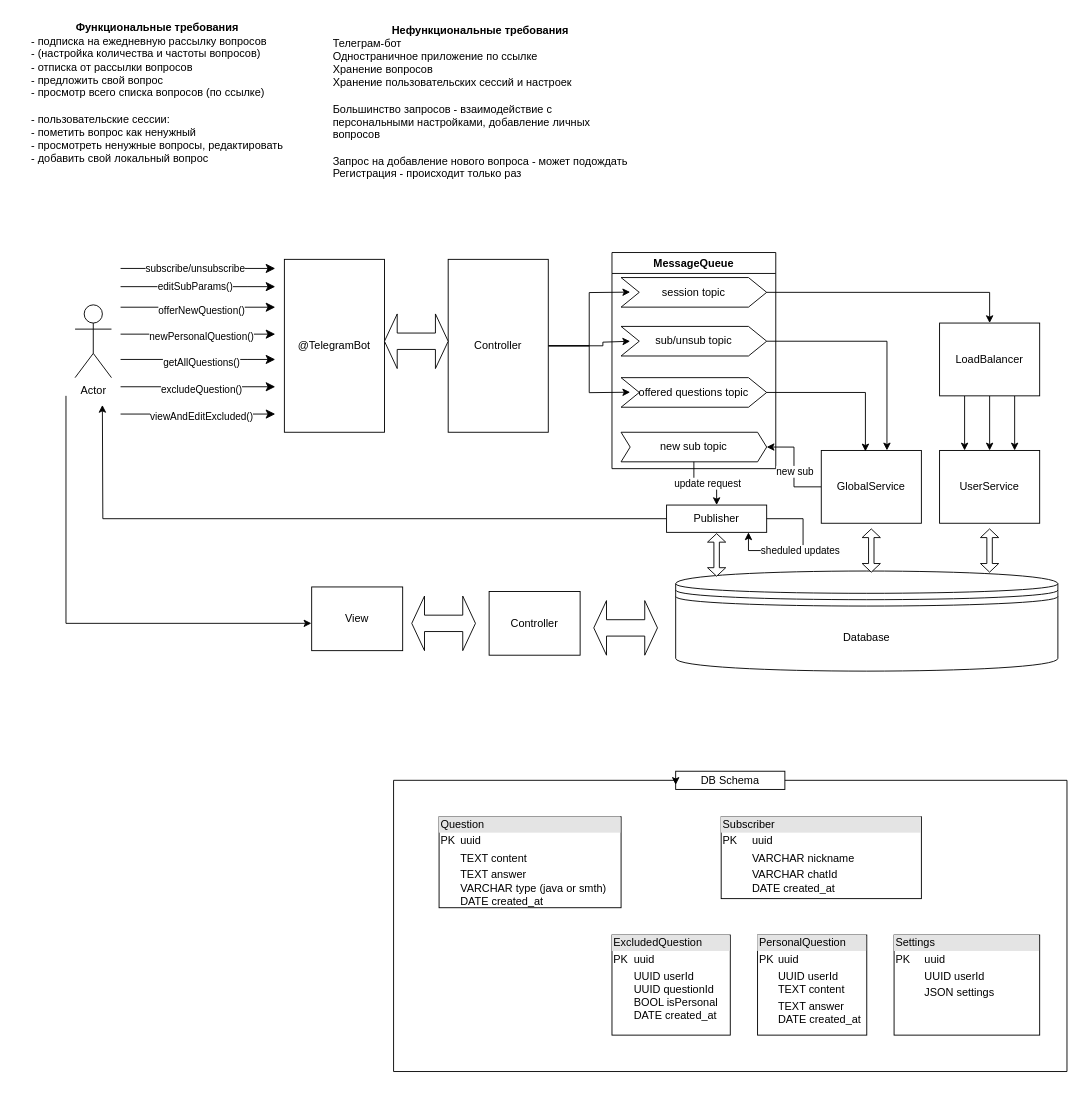
The draw.io diagram SobesCracker.drawio in maksarts/test-project-files, before the edit. Source tidied: cells renumbered, new cells numbered last; positions are measured from the earlier drawing's top-left corner, leaving out a move shared by most shapes. Both pictures are drawn from the tidied source at 91%, with x=0, y=0 at pixel (20, 15).
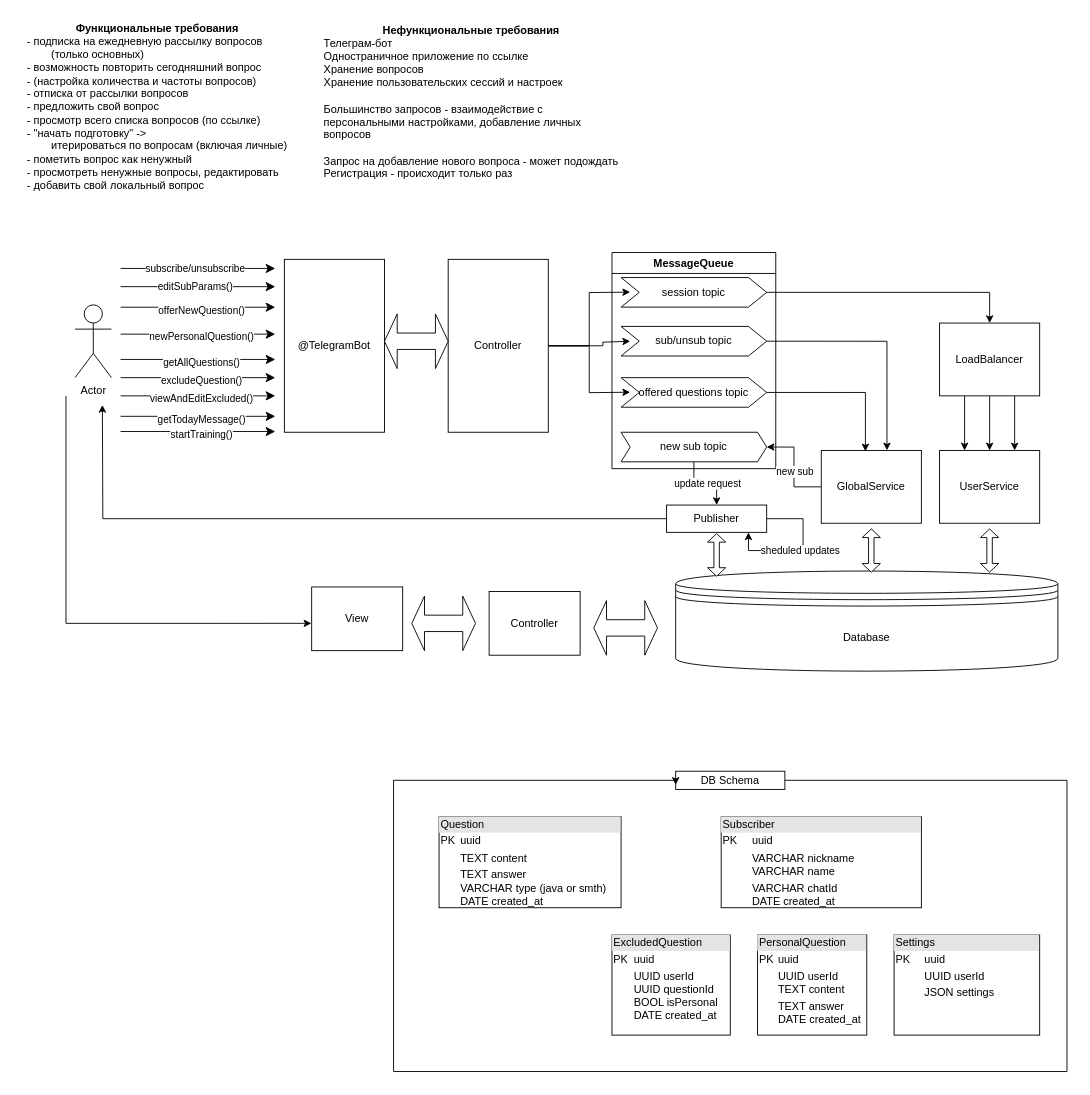
After the change.

The edit, as a diff of the source:
```diff
@@
-    <mxCell id="3" value="&lt;b&gt;Функциональные требования&lt;/b&gt;&lt;div style=&quot;text-align: left;&quot;&gt;- подписка на ежедневную рассылку вопросов&lt;/div&gt;&lt;div style=&quot;text-align: left;&quot;&gt;- (настройка количества и частоты вопросов)&lt;/div&gt;&lt;div style=&quot;text-align: left;&quot;&gt;- отписка от рассылки вопросов&lt;/div&gt;&lt;div style=&quot;text-align: left;&quot;&gt;- предложить свой вопрос&lt;/div&gt;&lt;div style=&quot;text-align: left;&quot;&gt;- просмотр всего списка вопросов (по ссылке)&lt;/div&gt;&lt;div style=&quot;text-align: left;&quot;&gt;&lt;br&gt;&lt;/div&gt;&lt;div style=&quot;text-align: left;&quot;&gt;- пользовательские сессии:&lt;/div&gt;&lt;div style=&quot;text-align: left;&quot;&gt;- пометить вопрос как ненужный&lt;/div&gt;&lt;div style=&quot;text-align: left;&quot;&gt;- просмотреть ненужные вопросы, редактировать&lt;/div&gt;&lt;div style=&quot;text-align: left;&quot;&gt;- добавить свой локальный вопрос&lt;/div&gt;" style="text;html=1;align=center;verticalAlign=middle;strokeColor=none;fillColor=none;" parent="1" vertex="1">
-      <mxGeometry width="300" height="170" as="geometry" />
+    <mxCell id="3" value="&lt;b&gt;Функциональные требования&lt;/b&gt;&lt;div style=&quot;text-align: left;&quot;&gt;- подписка на ежедневную рассылку вопросов&amp;nbsp;&lt;/div&gt;&lt;div style=&quot;text-align: left;&quot;&gt;&lt;span style=&quot;white-space: pre;&quot;&gt;&#9;&lt;/span&gt;(только основных)&lt;/div&gt;&lt;div style=&quot;text-align: left;&quot;&gt;- возможность повторить сегодняшний вопрос&lt;/div&gt;&lt;div style=&quot;text-align: left;&quot;&gt;- (настройка количества и частоты вопросов)&lt;/div&gt;&lt;div style=&quot;text-align: left;&quot;&gt;- отписка от рассылки вопросов&lt;/div&gt;&lt;div style=&quot;text-align: left;&quot;&gt;- предложить свой вопрос&lt;/div&gt;&lt;div style=&quot;text-align: left;&quot;&gt;- просмотр всего списка вопросов (по ссылке)&lt;/div&gt;&lt;div style=&quot;text-align: left;&quot;&gt;- &quot;начать подготовку&quot; -&amp;gt;&amp;nbsp;&lt;/div&gt;&lt;div style=&quot;text-align: left;&quot;&gt;&lt;span style=&quot;white-space: pre;&quot;&gt;&#9;&lt;/span&gt;итерироваться по вопросам (включая личные)&lt;/div&gt;&lt;div style=&quot;text-align: left;&quot;&gt;- пометить вопрос как ненужный&lt;/div&gt;&lt;div style=&quot;text-align: left;&quot;&gt;- просмотреть ненужные вопросы, редактировать&lt;/div&gt;&lt;div style=&quot;text-align: left;&quot;&gt;- добавить свой локальный вопрос&lt;/div&gt;" style="text;html=1;align=center;verticalAlign=middle;strokeColor=none;fillColor=none;" parent="1" vertex="1">
+      <mxGeometry x="-5" width="310" height="200" as="geometry" />
     </mxCell>
     <mxCell id="4" value="&lt;b&gt;Нефункциональные требования&lt;/b&gt;&lt;div style=&quot;text-align: left;&quot;&gt;Телеграм-бот&lt;/div&gt;&lt;div style=&quot;text-align: left;&quot;&gt;Одностраничное приложение по ссылке&lt;/div&gt;&lt;div style=&quot;text-align: left;&quot;&gt;Хранение вопросов&lt;/div&gt;&lt;div style=&quot;text-align: left;&quot;&gt;Хранение пользовательских сессий и настроек&lt;/div&gt;&lt;div style=&quot;text-align: left;&quot;&gt;&lt;br&gt;&lt;/div&gt;&lt;div style=&quot;text-align: left;&quot;&gt;Большинство запросов - взаимодействие с&lt;/div&gt;&lt;div style=&quot;text-align: left;&quot;&gt;персональными настройками, добавление личных&lt;/div&gt;&lt;div style=&quot;text-align: left;&quot;&gt;вопросов&lt;/div&gt;&lt;div style=&quot;text-align: left;&quot;&gt;&lt;br&gt;&lt;/div&gt;&lt;div style=&quot;text-align: left;&quot;&gt;Запрос на добавление нового вопроса - может подождать&lt;/div&gt;&lt;div style=&quot;text-align: left;&quot;&gt;Регистрация - происходит только раз&lt;/div&gt;" style="text;html=1;align=center;verticalAlign=middle;strokeColor=none;fillColor=none;" parent="1" vertex="1">
-      <mxGeometry x="330" width="350" height="190" as="geometry" />
+      <mxGeometry x="320" width="350" height="190" as="geometry" />
     </mxCell>
@@
     <mxCell id="16" style="edgeStyle=segmentEdgeStyle;endArrow=classic;html=1;curved=0;rounded=0;endSize=8;startSize=8;" parent="1" edge="1">
       <mxGeometry relative="1" as="geometry">
-        <mxPoint x="110" y="407.5" as="sourcePoint" />
-        <mxPoint x="280" y="407.5" as="targetPoint" />
+        <mxPoint x="110" y="397.5" as="sourcePoint" />
+        <mxPoint x="280" y="397.5" as="targetPoint" />
         <Array as="points">
-          <mxPoint x="250" y="407.5" />
+          <mxPoint x="250" y="397.5" />
         </Array>
       </mxGeometry>
     </mxCell>
@@
     <mxCell id="18" style="edgeStyle=segmentEdgeStyle;endArrow=classic;html=1;curved=0;rounded=0;endSize=8;startSize=8;" parent="1" edge="1">
       <mxGeometry relative="1" as="geometry">
-        <mxPoint x="110" y="437.5" as="sourcePoint" />
-        <mxPoint x="280" y="437.5" as="targetPoint" />
+        <mxPoint x="110" y="417.5" as="sourcePoint" />
+        <mxPoint x="280" y="417.5" as="targetPoint" />
         <Array as="points">
-          <mxPoint x="250" y="437.5" />
+          <mxPoint x="250" y="417.5" />
         </Array>
       </mxGeometry>
     </mxCell>
@@
-    <mxCell id="56" value="&lt;div style=&quot;box-sizing:border-box;width:100%;background:#e4e4e4;padding:2px;&quot;&gt;Subscriber&lt;/div&gt;&lt;table style=&quot;width:100%;font-size:1em;&quot; cellpadding=&quot;2&quot; cellspacing=&quot;0&quot;&gt;&lt;tbody&gt;&lt;tr&gt;&lt;td&gt;PK&lt;/td&gt;&lt;td&gt;uuid&lt;/td&gt;&lt;/tr&gt;&lt;tr&gt;&lt;td&gt;&lt;br&gt;&lt;/td&gt;&lt;td&gt;VARCHAR nickname&lt;/td&gt;&lt;/tr&gt;&lt;tr&gt;&lt;td&gt;&lt;/td&gt;&lt;td&gt;VARCHAR chatId&lt;br&gt;DATE created_at&lt;/td&gt;&lt;/tr&gt;&lt;/tbody&gt;&lt;/table&gt;" style="verticalAlign=top;align=left;overflow=fill;html=1;whiteSpace=wrap;" parent="1" vertex="1">
-      <mxGeometry x="770" y="880" width="220" height="90" as="geometry" />
+    <mxCell id="56" value="&lt;div style=&quot;box-sizing:border-box;width:100%;background:#e4e4e4;padding:2px;&quot;&gt;Subscriber&lt;/div&gt;&lt;table style=&quot;width:100%;font-size:1em;&quot; cellpadding=&quot;2&quot; cellspacing=&quot;0&quot;&gt;&lt;tbody&gt;&lt;tr&gt;&lt;td&gt;PK&lt;/td&gt;&lt;td&gt;uuid&lt;/td&gt;&lt;/tr&gt;&lt;tr&gt;&lt;td&gt;&lt;br&gt;&lt;/td&gt;&lt;td&gt;VARCHAR nickname&lt;br&gt;VARCHAR name&lt;/td&gt;&lt;/tr&gt;&lt;tr&gt;&lt;td&gt;&lt;/td&gt;&lt;td&gt;VARCHAR chatId&lt;br&gt;DATE created_at&lt;/td&gt;&lt;/tr&gt;&lt;/tbody&gt;&lt;/table&gt;" style="verticalAlign=top;align=left;overflow=fill;html=1;whiteSpace=wrap;" parent="1" vertex="1">
+      <mxGeometry x="770" y="880" width="220" height="100" as="geometry" />
     </mxCell>
@@
+    <mxCell id="62" style="edgeStyle=segmentEdgeStyle;endArrow=classic;html=1;curved=0;rounded=0;endSize=8;startSize=8;" parent="1" edge="1">
+      <mxGeometry relative="1" as="geometry">
+        <mxPoint x="110" y="440" as="sourcePoint" />
+        <mxPoint x="280" y="440" as="targetPoint" />
+        <Array as="points">
+          <mxPoint x="250" y="440" />
+        </Array>
+      </mxGeometry>
+    </mxCell>
+    <mxCell id="63" value="getTodayMessage()" style="edgeLabel;html=1;align=center;verticalAlign=middle;" parent="62" vertex="1">
+      <mxGeometry x="0.03" y="-3" relative="1" as="geometry" />
+    </mxCell>
+    <mxCell id="64" style="edgeStyle=segmentEdgeStyle;endArrow=classic;html=1;curved=0;rounded=0;endSize=8;startSize=8;" parent="1" edge="1">
+      <mxGeometry relative="1" as="geometry">
+        <mxPoint x="110" y="456.7" as="sourcePoint" />
+        <mxPoint x="280" y="456.7" as="targetPoint" />
+        <Array as="points">
+          <mxPoint x="250" y="456.7" />
+        </Array>
+      </mxGeometry>
+    </mxCell>
+    <mxCell id="65" value="startTraining()" style="edgeLabel;html=1;align=center;verticalAlign=middle;" parent="64" vertex="1">
+      <mxGeometry x="0.03" y="-3" relative="1" as="geometry" />
+    </mxCell>
```
